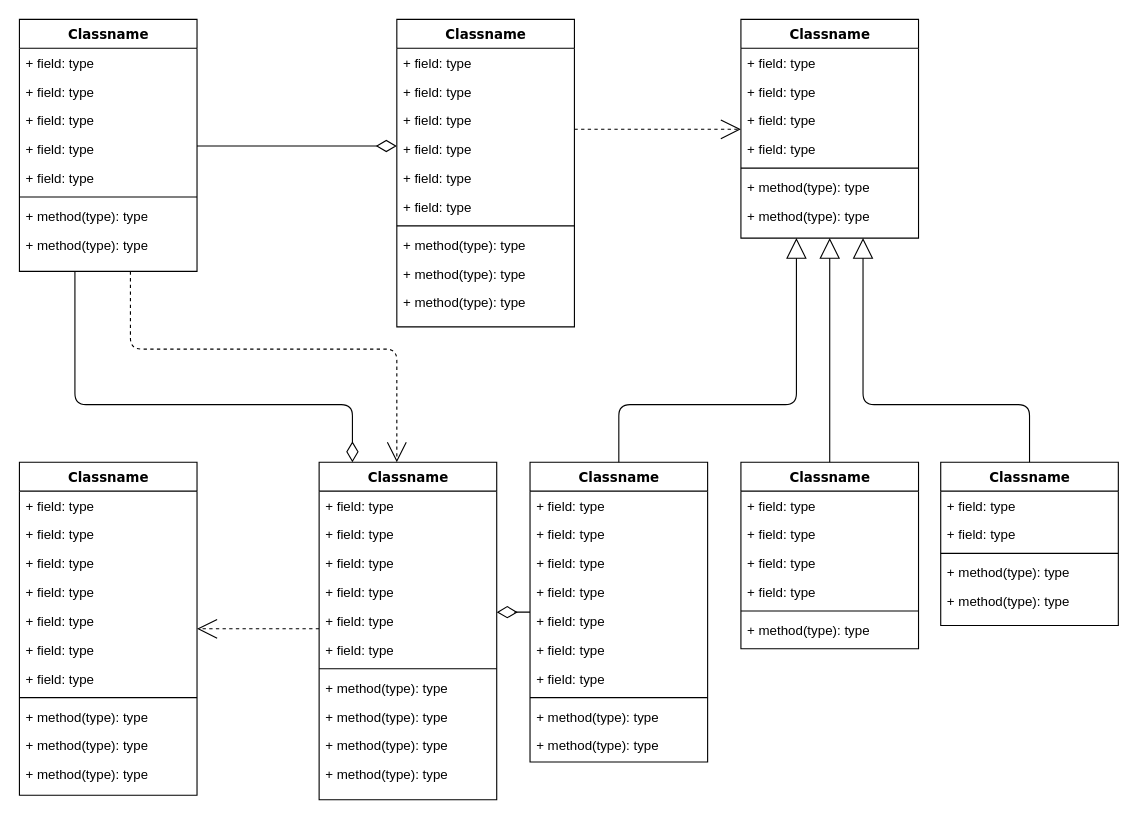
olegdenko/HW12 keeps this draw.io diagram as Untitled Diagram.drawio. Above is the earlier version. Source tidied: cells renumbered, new cells numbered last; positions are measured from the earlier drawing's top-left corner, leaving out a move shared by most shapes. Both pictures are drawn from the tidied source at 111%, with x=0, y=0 at pixel (19, 19).
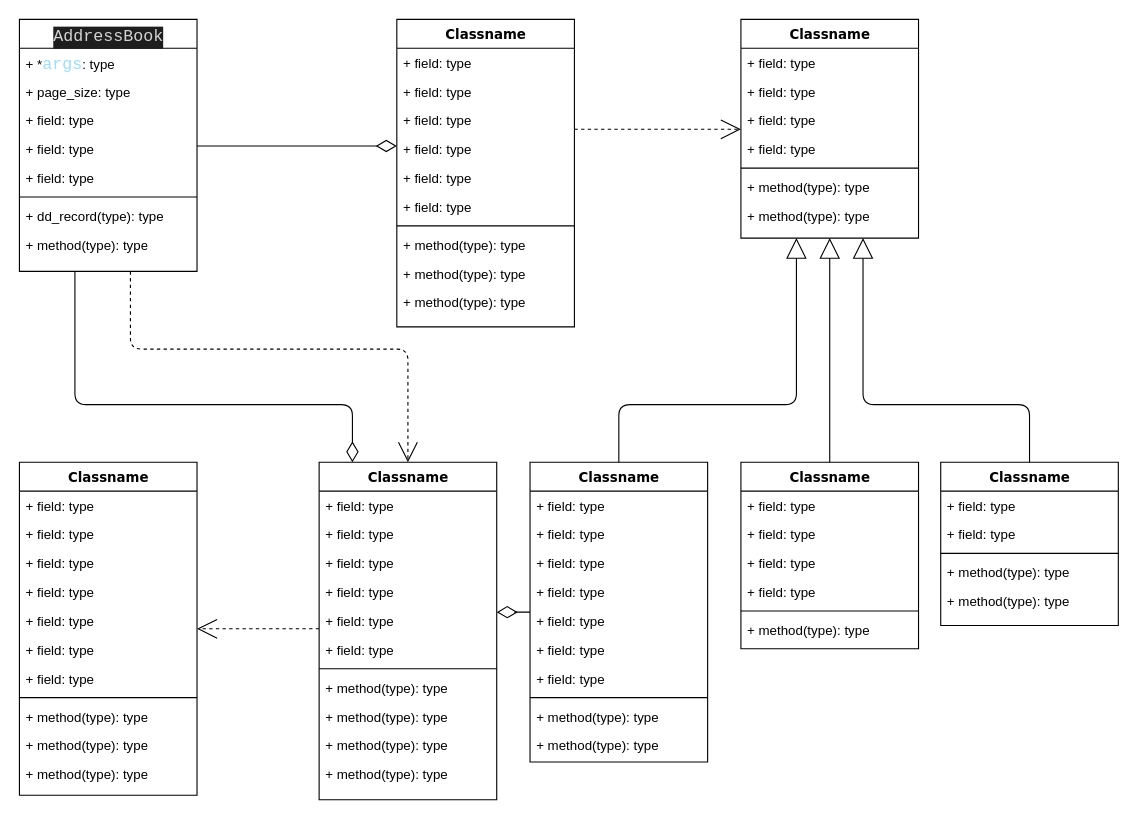
The same page after the edit.

The change refers to these unchanged cells:
```xml
<mxCell id="47" value="Classname" style="swimlane;html=1;fontStyle=1;align=center;verticalAlign=top;horizontal=1;startSize=26;swimlaneFillColor=#ffffff;rounded=0;shadow=0;comic=0;labelBackgroundColor=none;strokeWidth=1;fillColor=none;fontFamily=Verdana;fontSize=12;" parent="1" vertex="1">
  <mxGeometry x="270" y="399" width="160" height="304" as="geometry" />
</mxCell>
```

What changed in the source:
```diff
@@
     <mxCell id="2" style="edgeStyle=orthogonalEdgeStyle;html=1;labelBackgroundColor=none;startFill=0;startSize=8;endArrow=open;endFill=0;endSize=16;fontFamily=Verdana;fontSize=12;dashed=1;" parent="1" edge="1" source="4" target="47">
       <mxGeometry relative="1" as="geometry">
         <Array as="points">
           <mxPoint x="100" y="297" />
-          <mxPoint x="340" y="297" />
+          <mxPoint x="350" y="297" />
         </Array>
       </mxGeometry>
     </mxCell>
@@
-    <mxCell id="4" value="Classname" style="swimlane;html=1;fontStyle=1;align=center;verticalAlign=top;horizontal=1;startSize=26;swimlaneFillColor=#ffffff;rounded=0;shadow=0;comic=0;labelBackgroundColor=none;strokeWidth=1;fillColor=none;fontFamily=Verdana;fontSize=12;" parent="1" vertex="1">
+    <mxCell id="4" value="&lt;div style=&quot;color: rgb(212, 212, 212); background-color: rgb(30, 30, 30); font-family: Consolas, &amp;quot;Courier New&amp;quot;, monospace; font-weight: normal; font-size: 15px; line-height: 20px;&quot;&gt;AddressBook&lt;/div&gt;" style="swimlane;html=1;fontStyle=1;align=center;verticalAlign=top;horizontal=1;startSize=26;swimlaneFillColor=#ffffff;rounded=0;shadow=0;comic=0;labelBackgroundColor=none;strokeWidth=1;fillColor=none;fontFamily=Verdana;fontSize=12;" parent="1" vertex="1">
       <mxGeometry width="160" height="227" as="geometry" />
     </mxCell>
-    <mxCell id="5" value="+ field: type" style="text;html=1;strokeColor=none;fillColor=none;align=left;verticalAlign=top;spacingLeft=4;spacingRight=4;whiteSpace=wrap;overflow=hidden;" parent="4" vertex="1">
+    <mxCell id="5" value="+&amp;nbsp;*&lt;span style=&quot;font-family: Consolas, &amp;quot;Courier New&amp;quot;, monospace; font-size: 15px; color: rgb(156, 220, 254);&quot;&gt;args&lt;/span&gt;&lt;span style=&quot;background-color: initial;&quot;&gt;: type&lt;/span&gt;" style="text;html=1;strokeColor=none;fillColor=none;align=left;verticalAlign=top;spacingLeft=4;spacingRight=4;whiteSpace=wrap;overflow=hidden;" parent="4" vertex="1">
       <mxGeometry y="26" width="160" height="26" as="geometry" />
     </mxCell>
-    <mxCell id="6" value="+ field: type" style="text;html=1;strokeColor=none;fillColor=none;align=left;verticalAlign=top;spacingLeft=4;spacingRight=4;whiteSpace=wrap;overflow=hidden;" parent="4" vertex="1">
+    <mxCell id="6" value="+&amp;nbsp;page_size&lt;span style=&quot;background-color: initial;&quot;&gt;: type&lt;/span&gt;" style="text;html=1;strokeColor=none;fillColor=none;align=left;verticalAlign=top;spacingLeft=4;spacingRight=4;whiteSpace=wrap;overflow=hidden;" parent="4" vertex="1">
       <mxGeometry y="52" width="160" height="26" as="geometry" />
     </mxCell>
@@
-    <mxCell id="11" value="+ method(type): type" style="text;html=1;strokeColor=none;fillColor=none;align=left;verticalAlign=top;spacingLeft=4;spacingRight=4;whiteSpace=wrap;overflow=hidden;" parent="4" vertex="1">
+    <mxCell id="11" value="+&amp;nbsp;dd_record&lt;span style=&quot;background-color: initial;&quot;&gt;(type): type&lt;/span&gt;" style="text;html=1;strokeColor=none;fillColor=none;align=left;verticalAlign=top;spacingLeft=4;spacingRight=4;whiteSpace=wrap;overflow=hidden;" parent="4" vertex="1">
       <mxGeometry y="164" width="160" height="26" as="geometry" />
     </mxCell>
```
